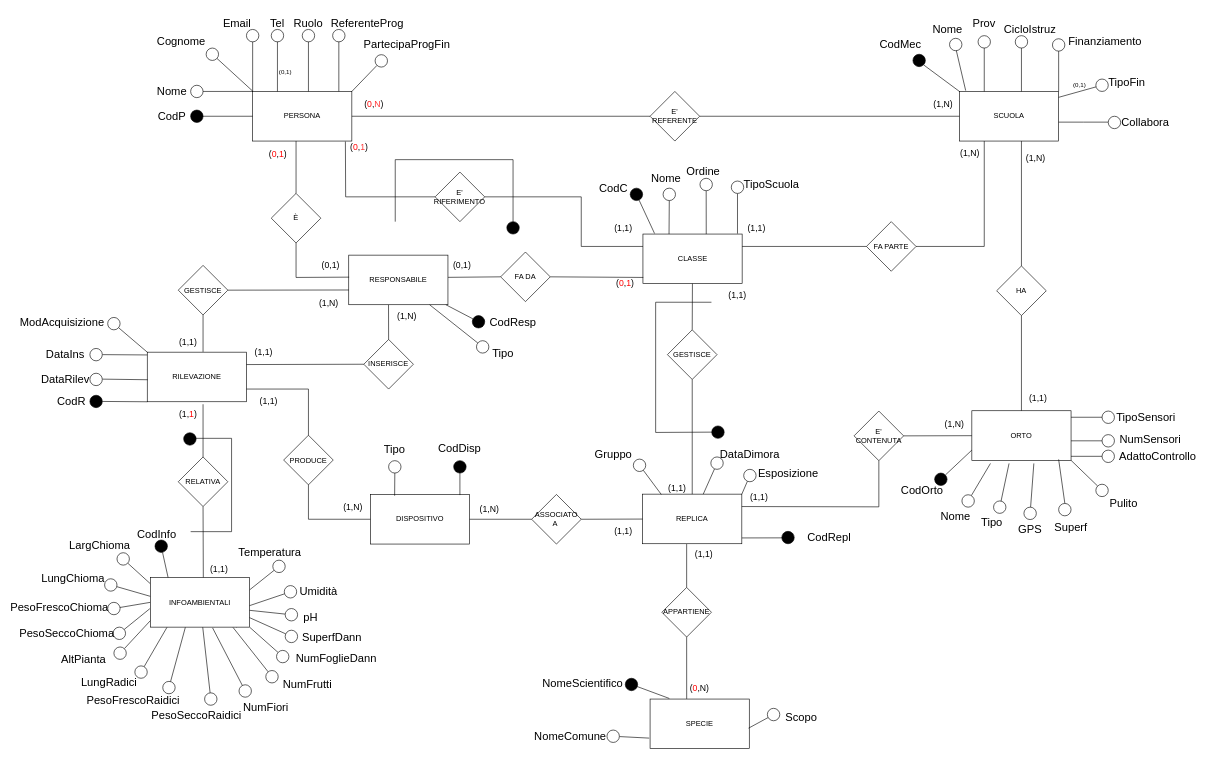
pizzo-kyle/unige keeps this draw.io diagram as BD_ER_Restructured.drawio. Above is the earlier version. Source tidied: cells renumbered, new cells numbered last; positions are measured from the earlier drawing's top-left corner, leaving out a move shared by most shapes. Both pictures are drawn from the tidied source at 62%, with x=0, y=0 at pixel (34, 11).
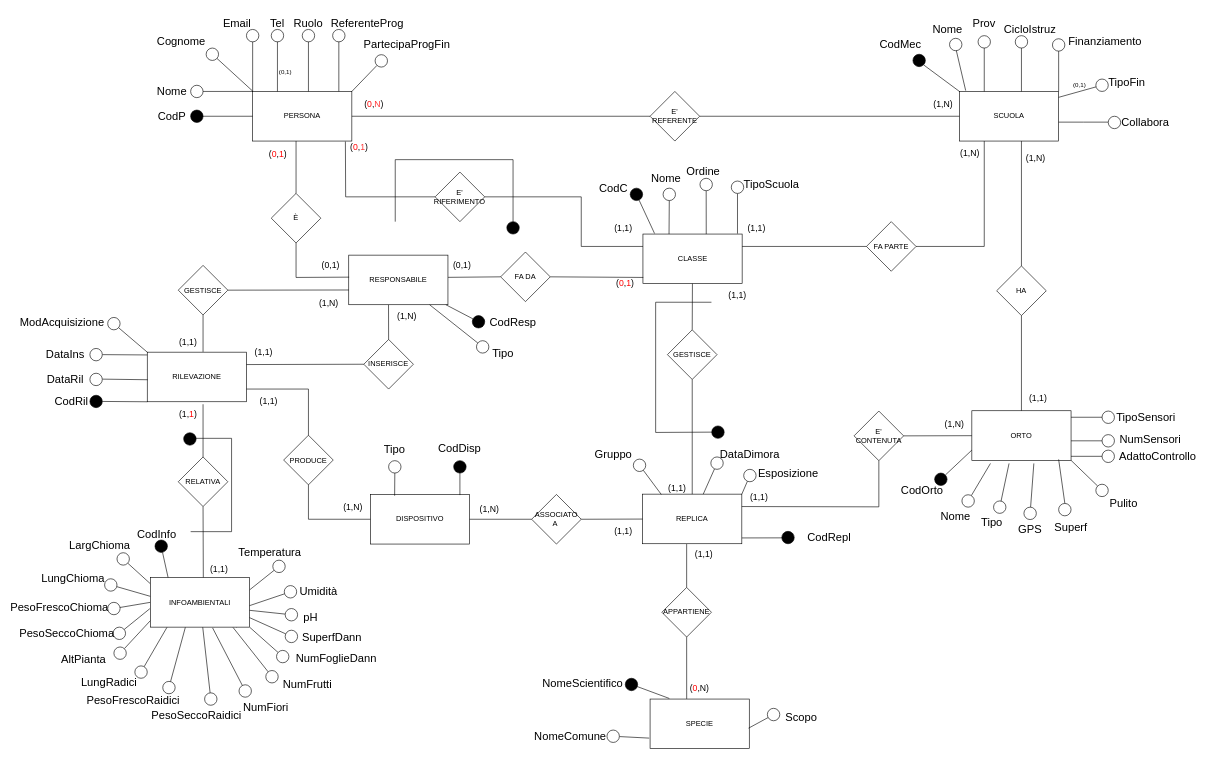
The same page after the edit.

The edit, as a diff of the source:
```diff
@@
-    <mxCell id="56" value="&lt;font style=&quot;font-size: 18px;&quot;&gt;CodR&lt;/font&gt;" style="text;html=1;strokeColor=none;fillColor=none;align=center;verticalAlign=middle;whiteSpace=wrap;rounded=0;" parent="1" vertex="1">
+    <mxCell id="56" value="&lt;font style=&quot;font-size: 18px;&quot;&gt;CodRil&lt;/font&gt;" style="text;html=1;strokeColor=none;fillColor=none;align=center;verticalAlign=middle;whiteSpace=wrap;rounded=0;" parent="1" vertex="1">
       <mxGeometry x="29.5" y="610" width="60" height="40" as="geometry" />
     </mxCell>
@@
-    <mxCell id="59" value="&lt;span style=&quot;font-size: 18px;&quot;&gt;DataRilev&lt;/span&gt;" style="text;html=1;strokeColor=none;fillColor=none;align=center;verticalAlign=middle;whiteSpace=wrap;rounded=0;" parent="1" vertex="1">
+    <mxCell id="59" value="&lt;span style=&quot;font-size: 18px;&quot;&gt;DataRil&lt;/span&gt;" style="text;html=1;strokeColor=none;fillColor=none;align=center;verticalAlign=middle;whiteSpace=wrap;rounded=0;" parent="1" vertex="1">
       <mxGeometry x="9.5" y="574.5" width="80" height="40" as="geometry" />
     </mxCell>
```
